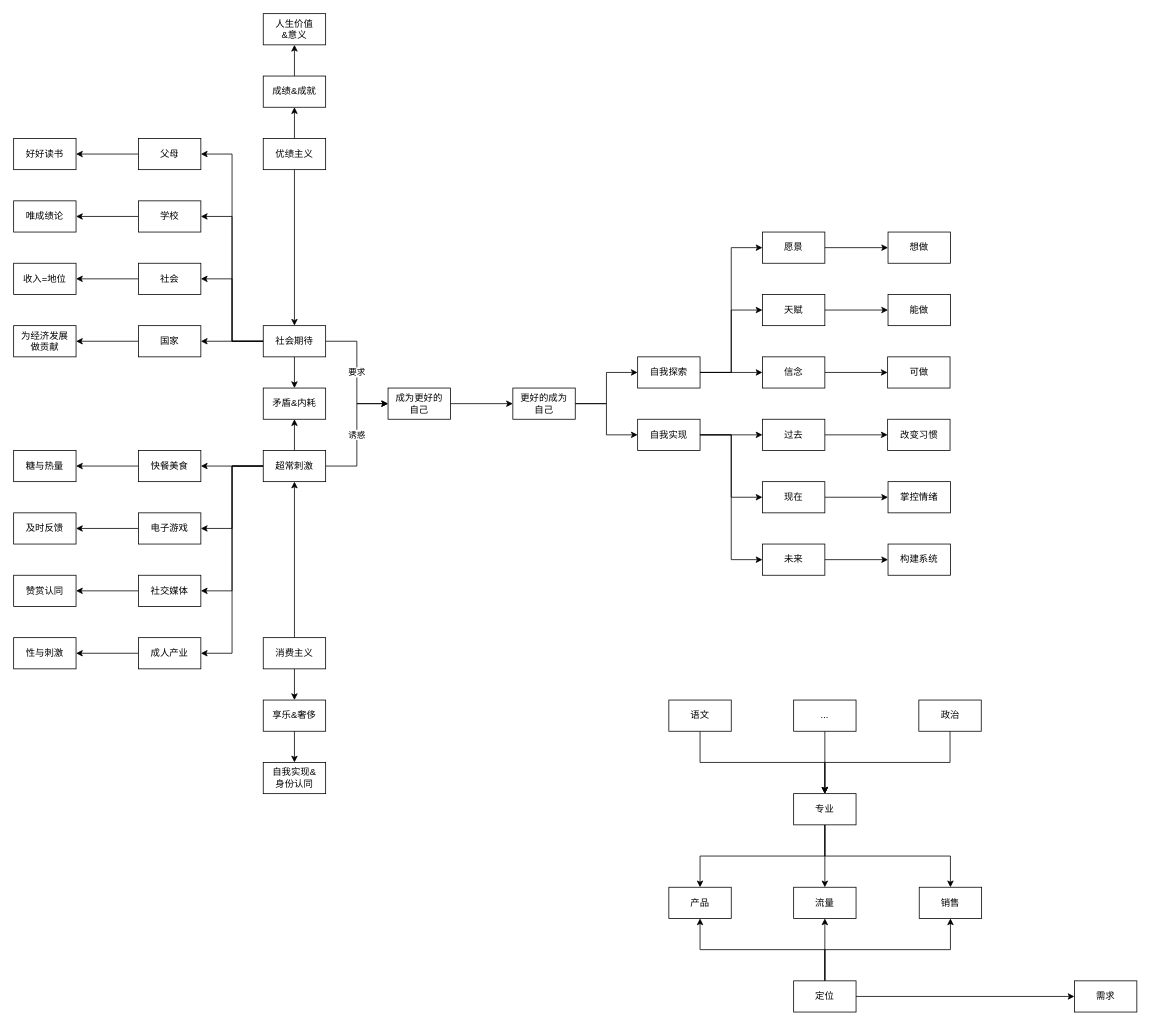
This is 人生系统.drawio from youyusan/life_system, a draw.io file, before an edit. Source tidied: cells renumbered, new cells numbered last; positions are measured from the earlier drawing's top-left corner, leaving out a move shared by most shapes. Both pictures are drawn from the tidied source at 78%, with x=0, y=0 at pixel (13, 13).
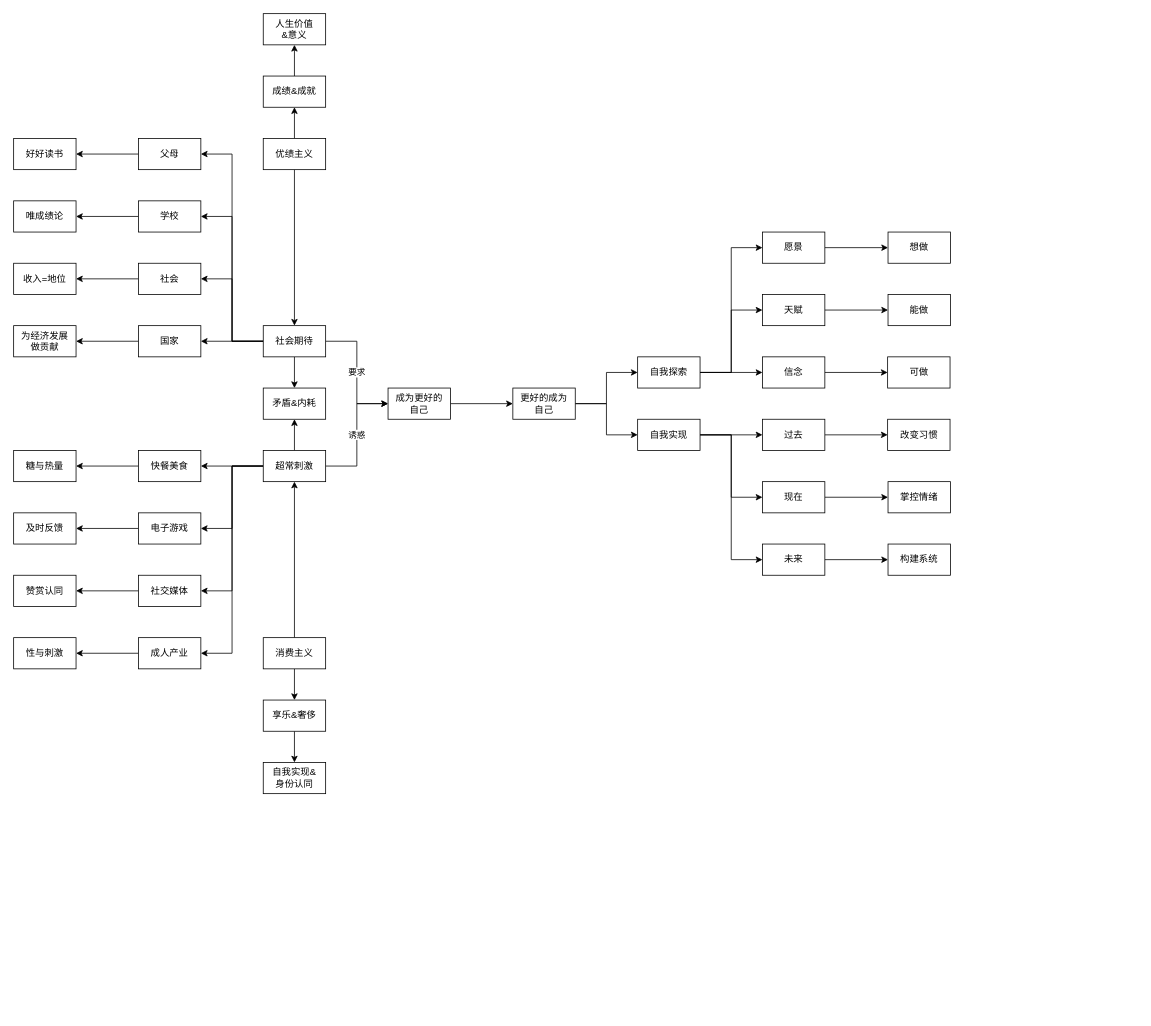
The same diagram, later.

Commit message:
更新人生系统.drawio

Change to the diagram source:
```diff
@@
-    <mxCell id="84" style="edgeStyle=orthogonalEdgeStyle;rounded=0;jettySize=auto;html=1;" parent="1" edge="1" source="85" target="89">
-      <mxGeometry relative="1" as="geometry" />
-    </mxCell>
-    <mxCell id="85" value="..." style="rounded=0;whiteSpace=wrap;html=1;" parent="1" vertex="1">
-      <mxGeometry x="1000" y="880" width="80" height="40" as="geometry" />
-    </mxCell>
-    <mxCell id="86" style="edgeStyle=orthogonalEdgeStyle;rounded=0;jettySize=auto;html=1;entryX=0.5;entryY=0;entryDx=0;entryDy=0;" parent="1" edge="1" source="89" target="96">
-      <mxGeometry relative="1" as="geometry" />
-    </mxCell>
-    <mxCell id="87" style="edgeStyle=orthogonalEdgeStyle;rounded=0;jettySize=auto;html=1;entryX=0.5;entryY=0;entryDx=0;entryDy=0;" parent="1" edge="1" source="89" target="90">
-      <mxGeometry relative="1" as="geometry">
-        <Array as="points">
-          <mxPoint x="1040" y="1080" />
-          <mxPoint x="880" y="1080" />
-        </Array>
-      </mxGeometry>
-    </mxCell>
-    <mxCell id="88" style="edgeStyle=orthogonalEdgeStyle;rounded=0;jettySize=auto;html=1;" parent="1" edge="1" source="89" target="97">
-      <mxGeometry relative="1" as="geometry">
-        <Array as="points">
-          <mxPoint x="1040" y="1080" />
-          <mxPoint x="1201" y="1080" />
-        </Array>
-      </mxGeometry>
-    </mxCell>
-    <mxCell id="89" value="专业" style="rounded=0;whiteSpace=wrap;html=1;" parent="1" vertex="1">
-      <mxGeometry x="1000" y="1000" width="80" height="40" as="geometry" />
-    </mxCell>
-    <mxCell id="90" value="产品" style="rounded=0;whiteSpace=wrap;html=1;" parent="1" vertex="1">
-      <mxGeometry x="840" y="1120" width="80" height="40" as="geometry" />
-    </mxCell>
-    <mxCell id="91" style="edgeStyle=orthogonalEdgeStyle;rounded=0;jettySize=auto;html=1;entryX=0.5;entryY=1;entryDx=0;entryDy=0;" parent="1" edge="1" source="95" target="90">
-      <mxGeometry relative="1" as="geometry">
-        <Array as="points">
-          <mxPoint x="1040" y="1200" />
-          <mxPoint x="880" y="1200" />
-        </Array>
-      </mxGeometry>
-    </mxCell>
-    <mxCell id="92" style="edgeStyle=orthogonalEdgeStyle;rounded=0;jettySize=auto;html=1;entryX=0.5;entryY=1;entryDx=0;entryDy=0;" parent="1" edge="1" source="95" target="96">
-      <mxGeometry relative="1" as="geometry" />
-    </mxCell>
-    <mxCell id="93" style="edgeStyle=orthogonalEdgeStyle;rounded=0;jettySize=auto;html=1;" parent="1" edge="1" source="95" target="97">
-      <mxGeometry relative="1" as="geometry">
-        <Array as="points">
-          <mxPoint x="1040" y="1200" />
-          <mxPoint x="1201" y="1200" />
-        </Array>
-      </mxGeometry>
-    </mxCell>
-    <mxCell id="94" style="edgeStyle=orthogonalEdgeStyle;rounded=0;jettySize=auto;html=1;" parent="1" edge="1" source="95" target="102">
-      <mxGeometry relative="1" as="geometry" />
-    </mxCell>
-    <mxCell id="95" value="定位" style="rounded=0;whiteSpace=wrap;html=1;" parent="1" vertex="1">
-      <mxGeometry x="1000" y="1240" width="80" height="40" as="geometry" />
-    </mxCell>
-    <mxCell id="96" value="流量" style="rounded=0;whiteSpace=wrap;html=1;" parent="1" vertex="1">
-      <mxGeometry x="1000" y="1120" width="80" height="40" as="geometry" />
-    </mxCell>
-    <mxCell id="97" value="销售" style="rounded=0;whiteSpace=wrap;html=1;" parent="1" vertex="1">
-      <mxGeometry x="1161" y="1120" width="80" height="40" as="geometry" />
-    </mxCell>
-    <mxCell id="98" style="edgeStyle=orthogonalEdgeStyle;rounded=0;jettySize=auto;html=1;" parent="1" edge="1" source="99" target="89">
-      <mxGeometry relative="1" as="geometry">
-        <Array as="points">
-          <mxPoint x="880" y="960" />
-          <mxPoint x="1040" y="960" />
-        </Array>
-      </mxGeometry>
-    </mxCell>
-    <mxCell id="99" value="语文" style="rounded=0;whiteSpace=wrap;html=1;" parent="1" vertex="1">
-      <mxGeometry x="840" y="880" width="80" height="40" as="geometry" />
-    </mxCell>
-    <mxCell id="100" style="edgeStyle=orthogonalEdgeStyle;rounded=0;jettySize=auto;html=1;entryX=0.5;entryY=0;entryDx=0;entryDy=0;" parent="1" edge="1" source="101" target="89">
-      <mxGeometry relative="1" as="geometry">
-        <Array as="points">
-          <mxPoint x="1201" y="960" />
-          <mxPoint x="1040" y="960" />
-        </Array>
-      </mxGeometry>
-    </mxCell>
-    <mxCell id="101" value="政治" style="rounded=0;whiteSpace=wrap;html=1;" parent="1" vertex="1">
-      <mxGeometry x="1160.5" y="880" width="80" height="40" as="geometry" />
-    </mxCell>
-    <mxCell id="102" value="需求" style="rounded=0;whiteSpace=wrap;html=1;" parent="1" vertex="1">
-      <mxGeometry x="1360" y="1240" width="80" height="40" as="geometry" />
-    </mxCell>
```
